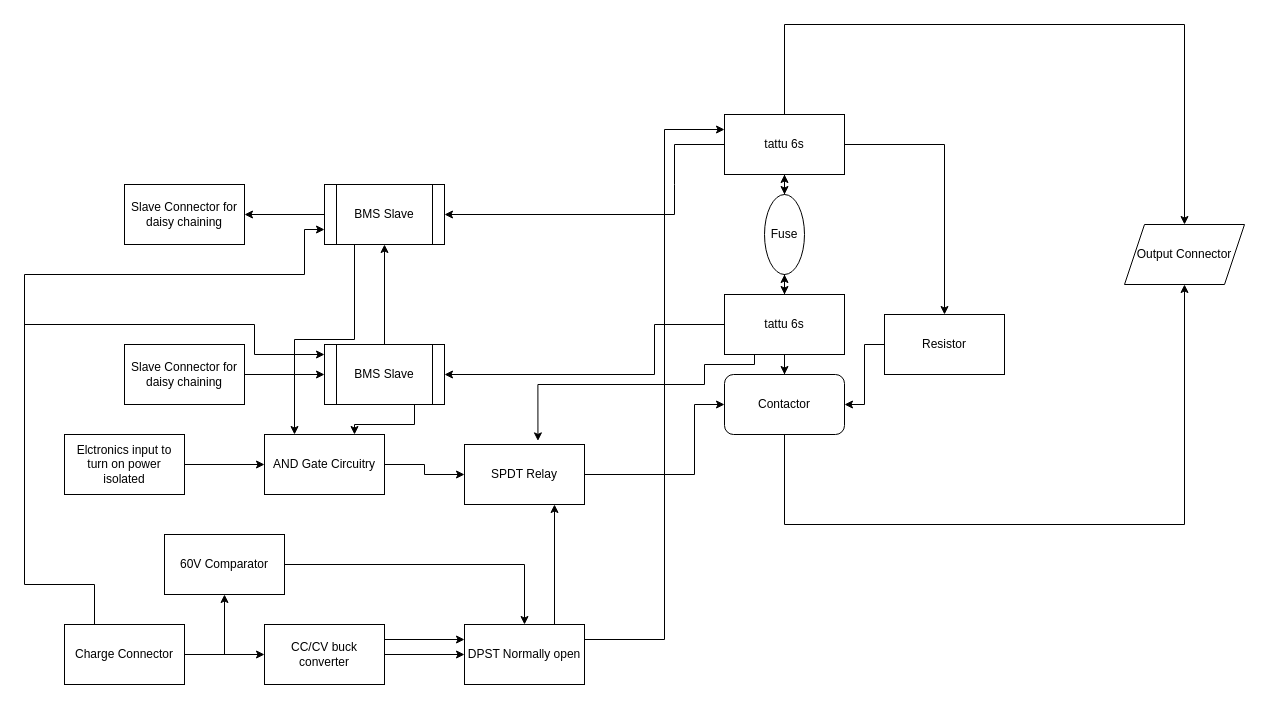
Above: Vegapod 24/Battery Box 25 dec.drawio in sakshamgupta2004/VegapodAll (draw.io), before the change. Source tidied: cells renumbered, new cells numbered last; positions are measured from the earlier drawing's top-left corner, leaving out a move shared by most shapes. Both pictures are drawn from the tidied source at 100%, with x=0, y=0 at pixel (24, 24).
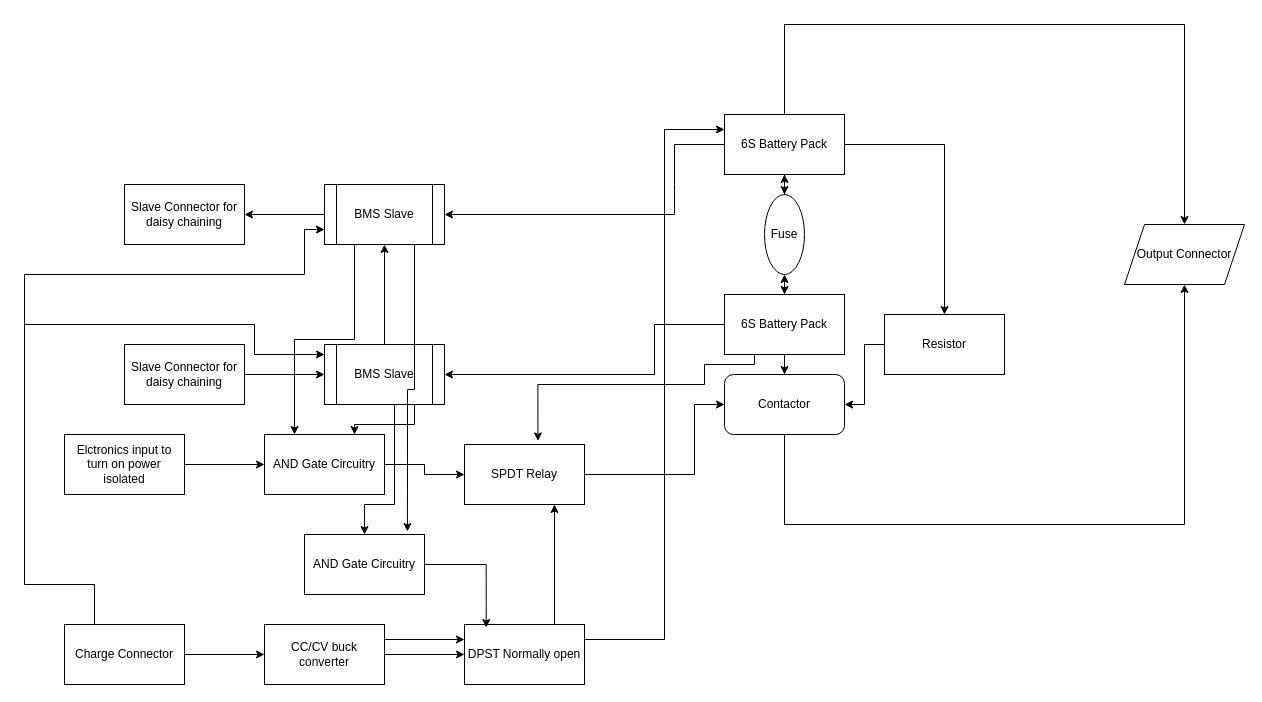
Above is the later version.

Unchanged cells that the change refers to:
```xml
<mxCell id="18" value="BMS Slave" style="shape=process;whiteSpace=wrap;html=1;backgroundOutline=1;" parent="1" vertex="1">
  <mxGeometry x="300" y="160" width="120" height="60" as="geometry" />
</mxCell>
<mxCell id="23" value="BMS Slave" style="shape=process;whiteSpace=wrap;html=1;backgroundOutline=1;" parent="1" vertex="1">
  <mxGeometry x="300" y="320" width="120" height="60" as="geometry" />
</mxCell>
<mxCell id="38" value="DPST Normally open" style="rounded=0;whiteSpace=wrap;html=1;" parent="1" vertex="1">
  <mxGeometry x="440" y="600" width="120" height="60" as="geometry" />
</mxCell>
```

Change to the diagram source:
```diff
@@
-    <mxCell id="4" value="tattu 6s" style="rounded=0;whiteSpace=wrap;html=1;" parent="1" vertex="1">
+    <mxCell id="4" value="6S Battery Pack" style="rounded=0;whiteSpace=wrap;html=1;" parent="1" vertex="1">
       <mxGeometry x="700" y="90" width="120" height="60" as="geometry" />
     </mxCell>
@@
-    <mxCell id="11" value="tattu 6s" style="rounded=0;whiteSpace=wrap;html=1;" parent="1" vertex="1">
+    <mxCell id="11" value="6S Battery Pack" style="rounded=0;whiteSpace=wrap;html=1;" parent="1" vertex="1">
       <mxGeometry x="700" y="270" width="120" height="60" as="geometry" />
     </mxCell>
@@
+    <mxCell id="48" style="edgeStyle=orthogonalEdgeStyle;rounded=0;jettySize=auto;html=1;exitX=0.5;exitY=1;exitDx=0;exitDy=0;" parent="1" edge="1" source="23" target="49">
+      <mxGeometry relative="1" as="geometry">
+        <Array as="points">
+          <mxPoint x="370" y="380" />
+          <mxPoint x="370" y="480" />
+          <mxPoint x="340" y="480" />
+        </Array>
+      </mxGeometry>
+    </mxCell>
@@
-    <mxCell id="39" style="edgeStyle=orthogonalEdgeStyle;rounded=0;jettySize=auto;html=1;exitX=1;exitY=0.5;exitDx=0;exitDy=0;entryX=0.5;entryY=0;entryDx=0;entryDy=0;" parent="1" edge="1" source="40" target="38">
-      <mxGeometry relative="1" as="geometry">
-        <Array as="points">
-          <mxPoint x="500" y="540" />
-        </Array>
-      </mxGeometry>
-    </mxCell>
-    <mxCell id="40" value="60V Comparator" style="rounded=0;whiteSpace=wrap;html=1;" parent="1" vertex="1">
-      <mxGeometry x="140" y="510" width="120" height="60" as="geometry" />
-    </mxCell>
-    <mxCell id="41" style="endArrow=classic;html=1;rounded=0;entryX=0.5;entryY=1;entryDx=0;entryDy=0;" parent="1" edge="1" target="40">
-      <mxGeometry relative="1" as="geometry">
-        <mxPoint x="200" y="630" as="sourcePoint" />
-      </mxGeometry>
-    </mxCell>
@@
+    <mxCell id="49" value="AND Gate Circuitry" style="rounded=0;whiteSpace=wrap;html=1;" parent="1" vertex="1">
+      <mxGeometry x="280" y="510" width="120" height="60" as="geometry" />
+    </mxCell>
+    <mxCell id="50" style="edgeStyle=orthogonalEdgeStyle;rounded=0;jettySize=auto;html=1;exitX=0.75;exitY=1;exitDx=0;exitDy=0;entryX=0.858;entryY=-0.05;entryDx=0;entryDy=0;entryPerimeter=0;" parent="1" edge="1" source="18" target="49">
+      <mxGeometry relative="1" as="geometry" />
+    </mxCell>
+    <mxCell id="51" style="edgeStyle=orthogonalEdgeStyle;rounded=0;jettySize=auto;html=1;exitX=1;exitY=0.5;exitDx=0;exitDy=0;entryX=0.181;entryY=0.05;entryDx=0;entryDy=0;entryPerimeter=0;" parent="1" edge="1" source="49" target="38">
+      <mxGeometry relative="1" as="geometry" />
+    </mxCell>
```
